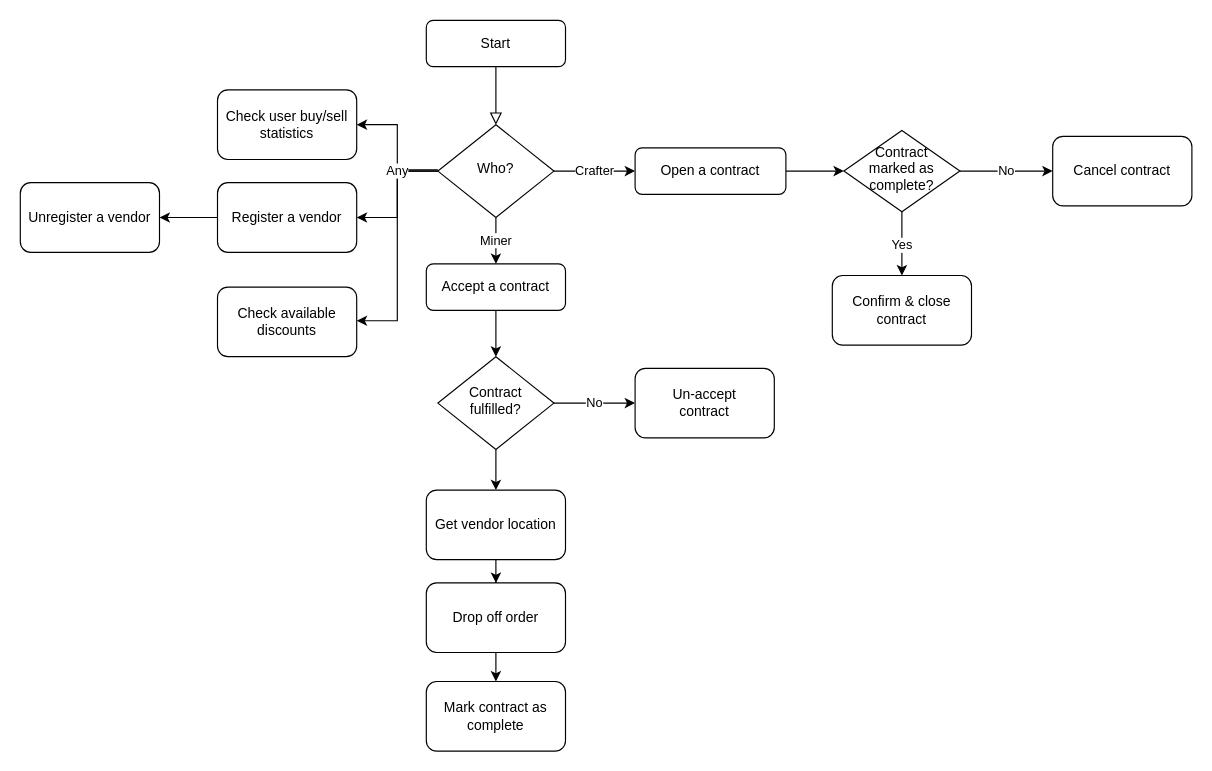
The draw.io diagram UserFlow.drawio in reidhansell/Unkar-Plutt, before the edit. Source tidied: cells renumbered, new cells numbered last; positions are measured from the earlier drawing's top-left corner, leaving out a move shared by most shapes. Both pictures are drawn from the tidied source at 116%, with x=0, y=0 at pixel (20, 20).
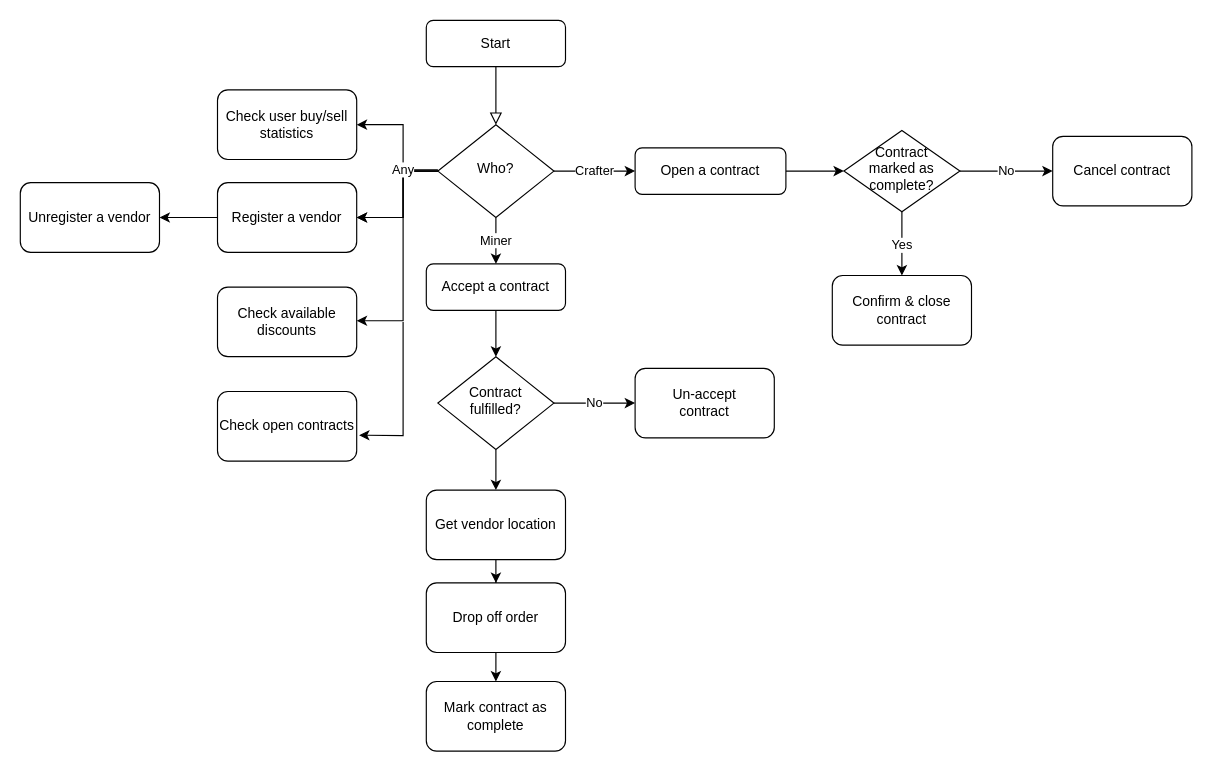
After the change.

Commit message (it also covers changes not shown here):
add check open contracts to userflow

Unchanged cells that the change refers to:
```xml
<mxCell id="8" value="Who?" style="rhombus;whiteSpace=wrap;html=1;shadow=0;fontFamily=Helvetica;fontSize=12;align=center;strokeWidth=1;spacing=6;spacingTop=-4;" parent="1" vertex="1">
  <mxGeometry x="360" y="90" width="100" height="80" as="geometry" />
</mxCell>
<mxCell id="25" value="Register a vendor" style="rounded=1;whiteSpace=wrap;html=1;" parent="1" vertex="1">
  <mxGeometry x="170" y="140" width="120" height="60" as="geometry" />
</mxCell>
```

What changed in the source:
```diff
@@
     <mxCell id="6" style="edgeStyle=orthogonalEdgeStyle;rounded=0;jettySize=auto;html=1;" parent="1" edge="1" source="8">
       <mxGeometry relative="1" as="geometry">
         <mxPoint x="290" y="90" as="targetPoint" />
         <Array as="points">
-          <mxPoint x="325" y="130" />
-          <mxPoint x="325" y="90" />
-          <mxPoint x="290" y="90" />
+          <mxPoint x="330" y="130" />
+          <mxPoint x="330" y="90" />
         </Array>
       </mxGeometry>
     </mxCell>
     <mxCell id="7" value="&lt;br&gt;" style="edgeStyle=orthogonalEdgeStyle;rounded=0;jettySize=auto;html=1;labelPosition=center;verticalLabelPosition=middle;align=center;verticalAlign=middle;" parent="1" edge="1" source="8">
       <mxGeometry x="-0.64" relative="1" as="geometry">
         <mxPoint x="290" y="170" as="targetPoint" />
         <Array as="points">
-          <mxPoint x="325" y="130" />
-          <mxPoint x="325" y="170" />
+          <mxPoint x="330" y="130" />
+          <mxPoint x="330" y="170" />
         </Array>
       </mxGeometry>
     </mxCell>
+    <mxCell id="33" style="edgeStyle=orthogonalEdgeStyle;rounded=0;jettySize=auto;html=1;" parent="1" edge="1" source="8" target="25">
+      <mxGeometry relative="1" as="geometry">
+        <Array as="points">
+          <mxPoint x="330" y="130" />
+          <mxPoint x="330" y="170" />
+        </Array>
+      </mxGeometry>
+    </mxCell>
@@
     <mxCell id="32" value="Any" style="edgeStyle=orthogonalEdgeStyle;rounded=0;orthogonalLoop=1;jettySize=auto;html=1;labelPosition=center;verticalLabelPosition=middle;align=center;verticalAlign=middle;" parent="1" edge="1">
-      <mxGeometry x="-0.64" relative="1" as="geometry">
+      <mxGeometry x="-0.7" relative="1" as="geometry">
         <mxPoint x="360" y="129" as="sourcePoint" />
         <mxPoint x="290" y="259" as="targetPoint" />
         <Array as="points">
-          <mxPoint x="325" y="129" />
-          <mxPoint x="325" y="259" />
-          <mxPoint x="290" y="259" />
+          <mxPoint x="330" y="129" />
+          <mxPoint x="330" y="259" />
         </Array>
       </mxGeometry>
     </mxCell>
+    <mxCell id="34" value="Check open contracts" style="rounded=1;whiteSpace=wrap;html=1;" parent="1" vertex="1">
+      <mxGeometry x="170" y="320" width="120" height="60" as="geometry" />
+    </mxCell>
+    <mxCell id="35" style="endArrow=classic;html=1;rounded=0;entryX=1.017;entryY=0.627;entryDx=0;entryDy=0;entryPerimeter=0;" parent="1" edge="1" target="34">
+      <mxGeometry relative="1" as="geometry">
+        <mxPoint x="330" y="260" as="sourcePoint" />
+        <Array as="points">
+          <mxPoint x="330" y="358" />
+        </Array>
+      </mxGeometry>
+    </mxCell>
```
